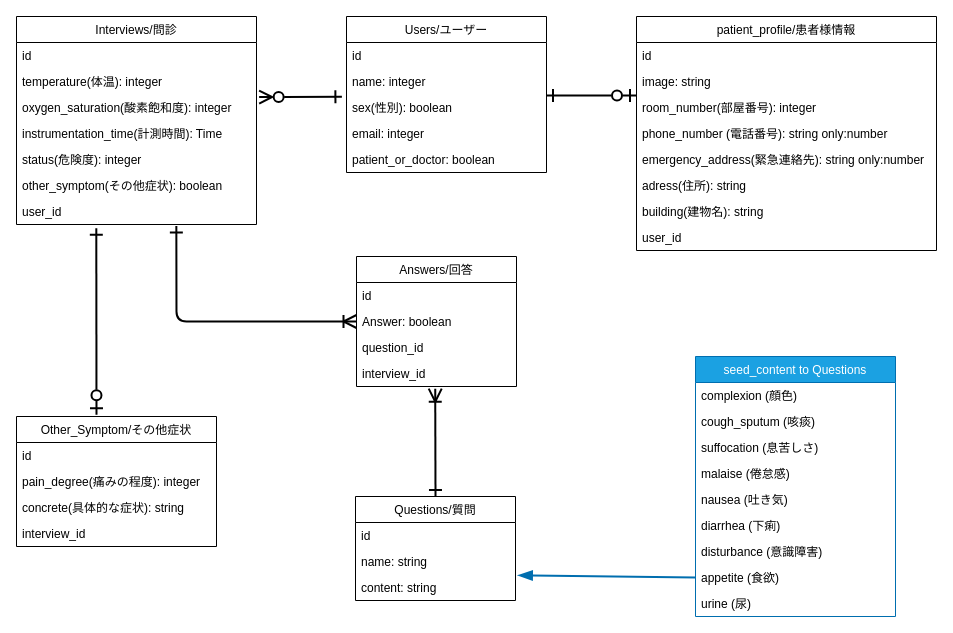
This is README参考資料/er図.drawio from wakametarou/COVID-MGR, a draw.io file, before an edit. Source tidied: cells renumbered, new cells numbered last; positions are measured from the earlier drawing's top-left corner, leaving out a move shared by most shapes. Both pictures are drawn from the tidied source at 100%, with x=0, y=0 at pixel (16, 16).
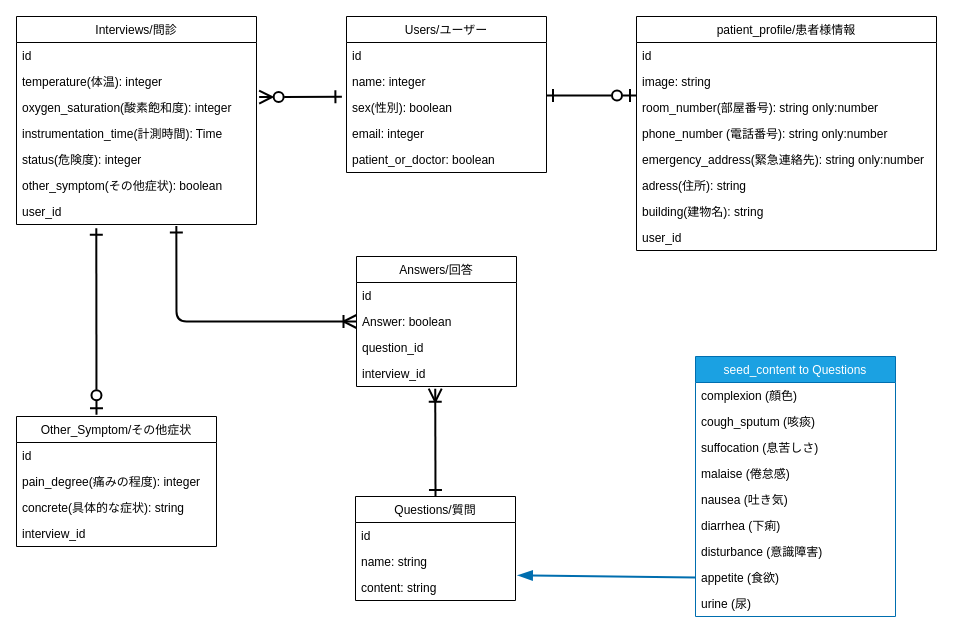
Above is the later version.

The change refers to these unchanged cells:
```xml
<mxCell id="17" value="patient_profile/患者様情報" style="swimlane;fontStyle=0;horizontal=1;startSize=26;" parent="1" vertex="1">
  <mxGeometry x="620" width="300" height="234" as="geometry" />
</mxCell>
```

The edit, as a diff of the source:
```diff
@@
-    <mxCell id="20" value="room_number(部屋番号): integer" style="text;strokeColor=none;fillColor=none;align=left;verticalAlign=top;spacingLeft=4;spacingRight=4;overflow=hidden;" parent="17" vertex="1">
+    <mxCell id="20" value="room_number(部屋番号): string only:number" style="text;strokeColor=none;fillColor=none;align=left;verticalAlign=top;spacingLeft=4;spacingRight=4;overflow=hidden;" parent="17" vertex="1">
       <mxGeometry y="78" width="300" height="26" as="geometry" />
     </mxCell>
```
